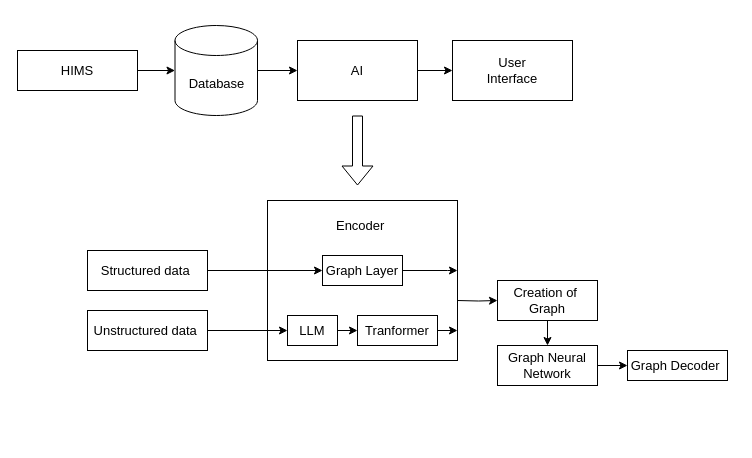
The draw.io diagram FYP_Architecture.drawio in Charlie174/Draw.io, before the edit. Source tidied: cells renumbered, new cells numbered last; positions are measured from the earlier drawing's top-left corner, leaving out a move shared by most shapes. Both pictures are drawn from the tidied source at 100%, with x=0, y=0 at pixel (17, 25).
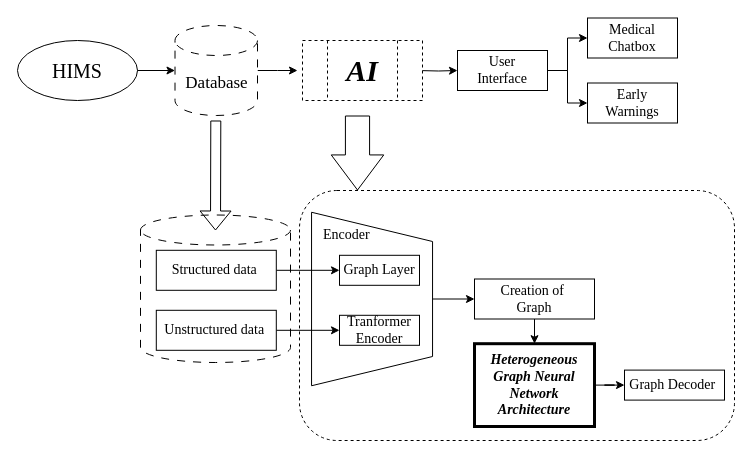
The same diagram, later.

What changed in the source:
```diff
@@
+    <mxCell id="28" style="shape=cylinder3;whiteSpace=wrap;html=1;boundedLbl=1;backgroundOutline=1;size=15;dashed=1;dashPattern=8 8;" parent="1" vertex="1">
+      <mxGeometry x="123" y="189.5" width="150" height="147.5" as="geometry" />
+    </mxCell>
+    <mxCell id="29" style="rounded=1;whiteSpace=wrap;html=1;dashed=1;fontFamily=Times New Roman;fontSize=14;" parent="1" vertex="1">
+      <mxGeometry x="282" y="165" width="435" height="250" as="geometry" />
+    </mxCell>
+    <mxCell id="30" style="shape=trapezoid;perimeter=trapezoidPerimeter;whiteSpace=wrap;html=1;fixedSize=1;rotation=90;size=29.25;fontFamily=Times New Roman;fontSize=14;" parent="1" vertex="1">
+      <mxGeometry x="267.8" y="213" width="173.5" height="121" as="geometry" />
+    </mxCell>
-    <mxCell id="2" style="edgeStyle=orthogonalEdgeStyle;rounded=0;jettySize=auto;html=1;entryX=0;entryY=0.5;entryDx=0;entryDy=0;fontSize=13;" parent="1" edge="1" target="9">
-      <mxGeometry relative="1" as="geometry">
-        <mxPoint x="440" y="275" as="sourcePoint" />
-      </mxGeometry>
+    <mxCell id="2" style="edgeStyle=orthogonalEdgeStyle;rounded=0;jettySize=auto;html=1;entryX=0;entryY=0.5;entryDx=0;entryDy=0;fontSize=14;exitX=0.5;exitY=0;exitDx=0;exitDy=0;fontFamily=Times New Roman;" parent="1" edge="1" source="30" target="9">
+      <mxGeometry relative="1" as="geometry" />
     </mxCell>
-    <mxCell id="3" style="rounded=0;whiteSpace=wrap;html=1;fontSize=13;" parent="1" vertex="1">
-      <mxGeometry x="250" y="175" width="190" height="160" as="geometry" />
-    </mxCell>
-    <mxCell id="4" style="edgeStyle=orthogonalEdgeStyle;rounded=0;jettySize=auto;html=1;exitX=1;exitY=0.5;exitDx=0;exitDy=0;entryX=0;entryY=0.5;entryDx=0;entryDy=0;fontSize=13;" parent="1" edge="1" source="5" target="13">
+    <mxCell id="4" style="edgeStyle=orthogonalEdgeStyle;rounded=0;jettySize=auto;html=1;entryX=0;entryY=0.5;entryDx=0;entryDy=0;" parent="1" edge="1" source="5" target="13">
       <mxGeometry relative="1" as="geometry" />
     </mxCell>
-    <mxCell id="5" value="Structured data&amp;nbsp;" style="rounded=0;whiteSpace=wrap;html=1;fontSize=13;" parent="1" vertex="1">
-      <mxGeometry x="70" y="225" width="120" height="40" as="geometry" />
+    <mxCell id="5" value="Structured data&amp;nbsp;" style="rounded=0;whiteSpace=wrap;html=1;fontSize=14;fontFamily=Times New Roman;" parent="1" vertex="1">
+      <mxGeometry x="138.8" y="224.8" width="120" height="40" as="geometry" />
     </mxCell>
-    <mxCell id="6" style="edgeStyle=orthogonalEdgeStyle;rounded=0;jettySize=auto;html=1;exitX=1;exitY=0.5;exitDx=0;exitDy=0;entryX=0;entryY=0.5;entryDx=0;entryDy=0;fontSize=13;" parent="1" edge="1" source="7" target="11">
-      <mxGeometry relative="1" as="geometry" />
-    </mxCell>
+    <mxCell id="31" style="edgeStyle=orthogonalEdgeStyle;rounded=0;jettySize=auto;html=1;entryX=0;entryY=0.5;entryDx=0;entryDy=0;" parent="1" edge="1" source="7" target="17">
+      <mxGeometry relative="1" as="geometry" />
+    </mxCell>
-    <mxCell id="7" value="Unstructured data&amp;nbsp;" style="rounded=0;whiteSpace=wrap;html=1;fontSize=13;" parent="1" vertex="1">
-      <mxGeometry x="70" y="285" width="120" height="40" as="geometry" />
+    <mxCell id="7" value="Unstructured data&amp;nbsp;" style="rounded=0;whiteSpace=wrap;html=1;fontSize=14;fontFamily=Times New Roman;" parent="1" vertex="1">
+      <mxGeometry x="138.8" y="284.8" width="120" height="40" as="geometry" />
     </mxCell>
-    <mxCell id="8" style="edgeStyle=orthogonalEdgeStyle;rounded=0;jettySize=auto;html=1;exitX=0.5;exitY=1;exitDx=0;exitDy=0;entryX=0.5;entryY=0;entryDx=0;entryDy=0;fontSize=13;" parent="1" edge="1" source="9" target="15">
+    <mxCell id="8" style="edgeStyle=orthogonalEdgeStyle;rounded=0;jettySize=auto;html=1;exitX=0.5;exitY=1;exitDx=0;exitDy=0;entryX=0.5;entryY=0;entryDx=0;entryDy=0;fontSize=14;fontFamily=Times New Roman;" parent="1" edge="1" source="9" target="15">
       <mxGeometry relative="1" as="geometry" />
     </mxCell>
-    <mxCell id="9" value="Creation of&amp;nbsp;&lt;div&gt;Graph&lt;/div&gt;" style="rounded=0;whiteSpace=wrap;html=1;fontSize=13;" parent="1" vertex="1">
-      <mxGeometry x="480" y="255" width="100" height="40" as="geometry" />
+    <mxCell id="9" value="Creation of&amp;nbsp;&lt;div&gt;Graph&lt;/div&gt;" style="rounded=0;whiteSpace=wrap;html=1;fontSize=14;fontFamily=Times New Roman;" parent="1" vertex="1">
+      <mxGeometry x="457" y="253.5" width="120" height="40" as="geometry" />
     </mxCell>
-    <mxCell id="10" style="edgeStyle=orthogonalEdgeStyle;rounded=0;jettySize=auto;html=1;exitX=1;exitY=0.5;exitDx=0;exitDy=0;entryX=0;entryY=0.5;entryDx=0;entryDy=0;fontSize=13;" parent="1" edge="1" source="11" target="17">
-      <mxGeometry relative="1" as="geometry" />
-    </mxCell>
-    <mxCell id="11" value="LLM" style="rounded=0;whiteSpace=wrap;html=1;fontSize=13;" parent="1" vertex="1">
-      <mxGeometry x="270" y="290" width="50" height="30" as="geometry" />
-    </mxCell>
-    <mxCell id="12" style="edgeStyle=orthogonalEdgeStyle;rounded=0;jettySize=auto;html=1;exitX=1;exitY=0.5;exitDx=0;exitDy=0;fontSize=13;" parent="1" edge="1" source="13">
-      <mxGeometry relative="1" as="geometry">
-        <mxPoint x="440" y="245" as="targetPoint" />
-        <Array as="points">
-          <mxPoint x="430" y="245" />
-          <mxPoint x="430" y="245" />
-        </Array>
-      </mxGeometry>
-    </mxCell>
-    <mxCell id="13" value="Graph Layer" style="rounded=0;whiteSpace=wrap;html=1;fontSize=13;" parent="1" vertex="1">
-      <mxGeometry x="305" y="230" width="80" height="30" as="geometry" />
+    <mxCell id="13" value="Graph Layer" style="rounded=0;whiteSpace=wrap;html=1;fontSize=14;fontFamily=Times New Roman;" parent="1" vertex="1">
+      <mxGeometry x="322" y="229.8" width="80" height="30" as="geometry" />
     </mxCell>
-    <mxCell id="14" style="edgeStyle=orthogonalEdgeStyle;rounded=0;jettySize=auto;html=1;exitX=1;exitY=0.5;exitDx=0;exitDy=0;fontSize=13;" parent="1" edge="1" source="15" target="18">
+    <mxCell id="14" style="edgeStyle=orthogonalEdgeStyle;rounded=0;jettySize=auto;html=1;exitX=1;exitY=0.5;exitDx=0;exitDy=0;fontSize=14;fontFamily=Times New Roman;" parent="1" edge="1" source="15" target="18">
       <mxGeometry relative="1" as="geometry" />
     </mxCell>
-    <mxCell id="15" value="Graph Neural Network" style="rounded=0;whiteSpace=wrap;html=1;fontSize=13;" parent="1" vertex="1">
-      <mxGeometry x="480" y="320" width="100" height="40" as="geometry" />
+    <mxCell id="15" value="&lt;b&gt;&lt;i&gt;Heterogeneous Graph Neural Network Architecture&lt;/i&gt;&lt;/b&gt;" style="rounded=0;whiteSpace=wrap;html=1;fontSize=14;fontFamily=Times New Roman;strokeWidth=3;" parent="1" vertex="1">
+      <mxGeometry x="457" y="318.2" width="120" height="82.8" as="geometry" />
     </mxCell>
-    <mxCell id="16" style="edgeStyle=orthogonalEdgeStyle;rounded=0;jettySize=auto;html=1;exitX=1;exitY=0.5;exitDx=0;exitDy=0;fontSize=13;" parent="1" edge="1" source="17">
-      <mxGeometry relative="1" as="geometry">
-        <mxPoint x="440" y="305" as="targetPoint" />
-      </mxGeometry>
-    </mxCell>
-    <mxCell id="17" value="Tranformer" style="rounded=0;whiteSpace=wrap;html=1;fontSize=13;" parent="1" vertex="1">
-      <mxGeometry x="340" y="290" width="80" height="30" as="geometry" />
+    <mxCell id="17" value="Tranformer Encoder" style="rounded=0;whiteSpace=wrap;html=1;fontSize=14;fontFamily=Times New Roman;" parent="1" vertex="1">
+      <mxGeometry x="322" y="289.8" width="80" height="30" as="geometry" />
     </mxCell>
-    <mxCell id="18" value="Graph Decoder&amp;nbsp;" style="rounded=0;whiteSpace=wrap;html=1;fontSize=13;" parent="1" vertex="1">
-      <mxGeometry x="610" y="325" width="100" height="30" as="geometry" />
+    <mxCell id="18" value="Graph Decoder&amp;nbsp;" style="rounded=0;whiteSpace=wrap;html=1;fontSize=14;fontFamily=Times New Roman;" parent="1" vertex="1">
+      <mxGeometry x="607" y="344.6" width="100" height="30" as="geometry" />
     </mxCell>
-    <mxCell id="19" value="Encoder&amp;nbsp;" style="rounded=0;whiteSpace=wrap;html=1;strokeColor=none;fillColor=none;fontSize=13;" parent="1" vertex="1">
-      <mxGeometry x="285" y="185" width="120" height="30" as="geometry" />
+    <mxCell id="19" value="Encoder&amp;nbsp;" style="rounded=0;whiteSpace=wrap;html=1;strokeColor=none;fillColor=none;fontSize=14;fontFamily=Times New Roman;" parent="1" vertex="1">
+      <mxGeometry x="271" y="194.8" width="120" height="30" as="geometry" />
     </mxCell>
-    <mxCell id="20" value="HIMS" style="rounded=0;whiteSpace=wrap;html=1;fontSize=13;" parent="1" vertex="1">
-      <mxGeometry y="25" width="120" height="40" as="geometry" />
-    </mxCell>
-    <mxCell id="21" style="edgeStyle=orthogonalEdgeStyle;rounded=0;jettySize=auto;html=1;exitX=1;exitY=0.5;exitDx=0;exitDy=0;exitPerimeter=0;entryX=0;entryY=0.5;entryDx=0;entryDy=0;fontSize=13;" parent="1" edge="1" source="22" target="24">
-      <mxGeometry relative="1" as="geometry" />
+    <mxCell id="21" style="edgeStyle=orthogonalEdgeStyle;rounded=0;jettySize=auto;html=1;exitX=1;exitY=0.5;exitDx=0;exitDy=0;exitPerimeter=0;entryX=0;entryY=0.5;entryDx=0;entryDy=0;fontSize=14;fontFamily=Times New Roman;" parent="1" edge="1" source="22">
+      <mxGeometry relative="1" as="geometry">
+        <mxPoint x="280" y="45" as="targetPoint" />
+      </mxGeometry>
     </mxCell>
-    <mxCell id="22" value="Database" style="shape=cylinder3;whiteSpace=wrap;html=1;boundedLbl=1;backgroundOutline=1;size=15;fontSize=13;" parent="1" vertex="1">
+    <mxCell id="22" value="&lt;font style=&quot;font-size: 17px;&quot;&gt;Database&lt;/font&gt;" style="shape=cylinder3;whiteSpace=wrap;html=1;boundedLbl=1;backgroundOutline=1;size=15;fontSize=14;fontFamily=Times New Roman;dashed=1;dashPattern=8 8;" parent="1" vertex="1">
       <mxGeometry x="157.5" width="82.5" height="90" as="geometry" />
     </mxCell>
-    <mxCell id="23" style="edgeStyle=orthogonalEdgeStyle;rounded=0;jettySize=auto;html=1;exitX=1;exitY=0.5;exitDx=0;exitDy=0;entryX=0;entryY=0.5;entryDx=0;entryDy=0;fontSize=13;" parent="1" edge="1" source="24" target="25">
-      <mxGeometry relative="1" as="geometry" />
+    <mxCell id="23" style="edgeStyle=orthogonalEdgeStyle;rounded=0;jettySize=auto;html=1;exitX=1;exitY=0.5;exitDx=0;exitDy=0;entryX=0;entryY=0.5;entryDx=0;entryDy=0;fontSize=14;fontFamily=Times New Roman;" parent="1" edge="1" target="25">
+      <mxGeometry relative="1" as="geometry">
+        <mxPoint x="400" y="45" as="sourcePoint" />
+      </mxGeometry>
     </mxCell>
+    <mxCell id="32" style="edgeStyle=orthogonalEdgeStyle;rounded=0;jettySize=auto;html=1;exitX=1;exitY=0.5;exitDx=0;exitDy=0;entryX=0;entryY=0.5;entryDx=0;entryDy=0;" parent="1" edge="1" source="25" target="35">
+      <mxGeometry relative="1" as="geometry" />
+    </mxCell>
+    <mxCell id="33" style="edgeStyle=orthogonalEdgeStyle;rounded=0;jettySize=auto;html=1;exitX=1;exitY=0.5;exitDx=0;exitDy=0;entryX=0;entryY=0.5;entryDx=0;entryDy=0;" parent="1" edge="1" source="25" target="36">
+      <mxGeometry relative="1" as="geometry" />
+    </mxCell>
+    <mxCell id="25" value="User&lt;br&gt;Interface" style="rounded=0;whiteSpace=wrap;html=1;fontSize=14;fontFamily=Times New Roman;" parent="1" vertex="1">
+      <mxGeometry x="440" y="25" width="90" height="40" as="geometry" />
+    </mxCell>
+    <mxCell id="27" style="shape=flexArrow;endArrow=classic;html=1;rounded=0;fontSize=14;width=24.166666666666668;endSize=11.358333333333334;endWidth=27.361111111111107;fontFamily=Times New Roman;" parent="1" edge="1">
+      <mxGeometry relative="1" as="geometry">
+        <mxPoint x="340" y="90" as="sourcePoint" />
+        <mxPoint x="340" y="165" as="targetPoint" />
+      </mxGeometry>
+    </mxCell>
+    <mxCell id="34" style="shape=flexArrow;endArrow=classic;html=1;rounded=0;fontSize=14;fontFamily=Times New Roman;" parent="1" edge="1">
+      <mxGeometry relative="1" as="geometry">
+        <mxPoint x="198.3" y="95" as="sourcePoint" />
+        <mxPoint x="198" y="205" as="targetPoint" />
+      </mxGeometry>
+    </mxCell>
-    <mxCell id="24" value="AI" style="rounded=0;whiteSpace=wrap;html=1;fontSize=13;" parent="1" vertex="1">
-      <mxGeometry x="280" y="15" width="120" height="60" as="geometry" />
+    <mxCell id="24" value="&lt;span style=&quot;font-family: &amp;quot;Times New Roman&amp;quot;;&quot;&gt;&lt;font style=&quot;font-size: 30px;&quot;&gt;&lt;b&gt;&lt;i&gt;AI&lt;/i&gt;&lt;/b&gt;&lt;/font&gt;&lt;/span&gt;" style="shape=process;whiteSpace=wrap;html=1;backgroundOutline=1;dashed=1;size=0.20833333333333334;" parent="1" vertex="1">
+      <mxGeometry x="285" y="15" width="120" height="60" as="geometry" />
     </mxCell>
-    <mxCell id="25" value="User&lt;br&gt;Interface" style="rounded=0;whiteSpace=wrap;html=1;fontSize=13;" parent="1" vertex="1">
-      <mxGeometry x="435" y="15" width="120" height="60" as="geometry" />
-    </mxCell>
+    <mxCell id="35" value="Medical Chatbox" style="rounded=0;whiteSpace=wrap;html=1;fontSize=14;fontFamily=Times New Roman;" parent="1" vertex="1">
+      <mxGeometry x="570" y="-7.5" width="90" height="40" as="geometry" />
+    </mxCell>
+    <mxCell id="36" value="Early &lt;br&gt;Warnings" style="rounded=0;whiteSpace=wrap;html=1;fontSize=14;fontFamily=Times New Roman;" parent="1" vertex="1">
+      <mxGeometry x="570" y="57.5" width="90" height="40" as="geometry" />
+    </mxCell>
+    <mxCell id="20" value="&lt;span style=&quot;font-family: &amp;quot;Times New Roman&amp;quot;;&quot;&gt;&lt;font style=&quot;font-size: 20px;&quot;&gt;HIMS&lt;/font&gt;&lt;/span&gt;" style="ellipse;whiteSpace=wrap;html=1;" parent="1" vertex="1">
+      <mxGeometry y="15" width="120" height="60" as="geometry" />
+    </mxCell>
-    <mxCell id="26" style="edgeStyle=orthogonalEdgeStyle;rounded=0;jettySize=auto;html=1;exitX=1;exitY=0.5;exitDx=0;exitDy=0;entryX=0;entryY=0.5;entryDx=0;entryDy=0;entryPerimeter=0;fontSize=13;" parent="1" edge="1" source="20" target="22">
+    <mxCell id="26" style="edgeStyle=orthogonalEdgeStyle;rounded=0;jettySize=auto;html=1;entryX=0;entryY=0.5;entryDx=0;entryDy=0;entryPerimeter=0;" parent="1" edge="1" source="20" target="22">
       <mxGeometry relative="1" as="geometry" />
     </mxCell>
-    <mxCell id="27" style="shape=flexArrow;endArrow=classic;html=1;rounded=0;fontSize=13;" parent="1" edge="1">
-      <mxGeometry relative="1" as="geometry">
-        <mxPoint x="340" y="90" as="sourcePoint" />
-        <mxPoint x="340" y="160" as="targetPoint" />
-      </mxGeometry>
-    </mxCell>
```
